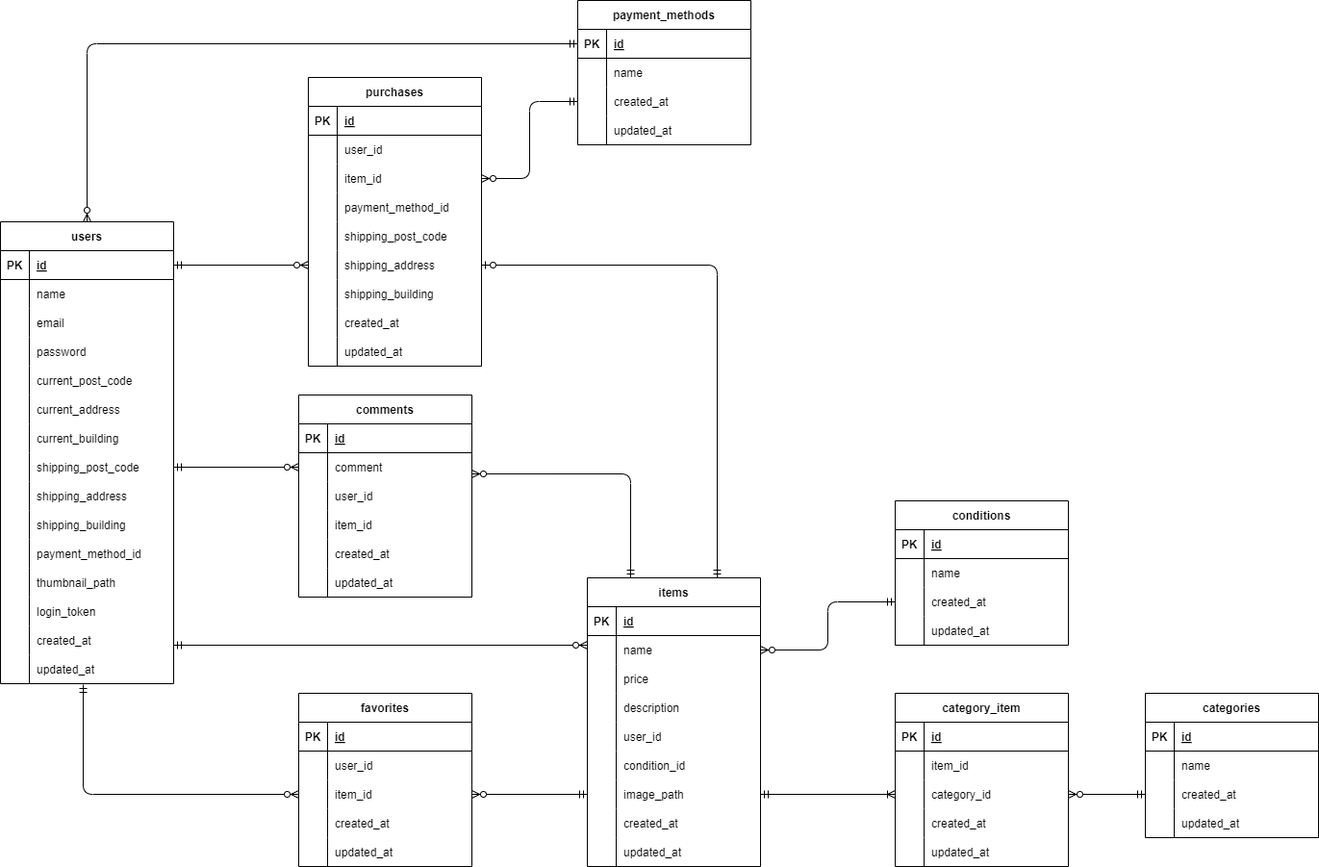
Earlier version of the draw.io export diagram/ER/.drawio.png (Shun-Adachi/coachtech-freemarket). Source tidied: cells renumbered, new cells last; positions are measured from the earlier drawing's top-left corner, leaving out a move shared by most shapes.
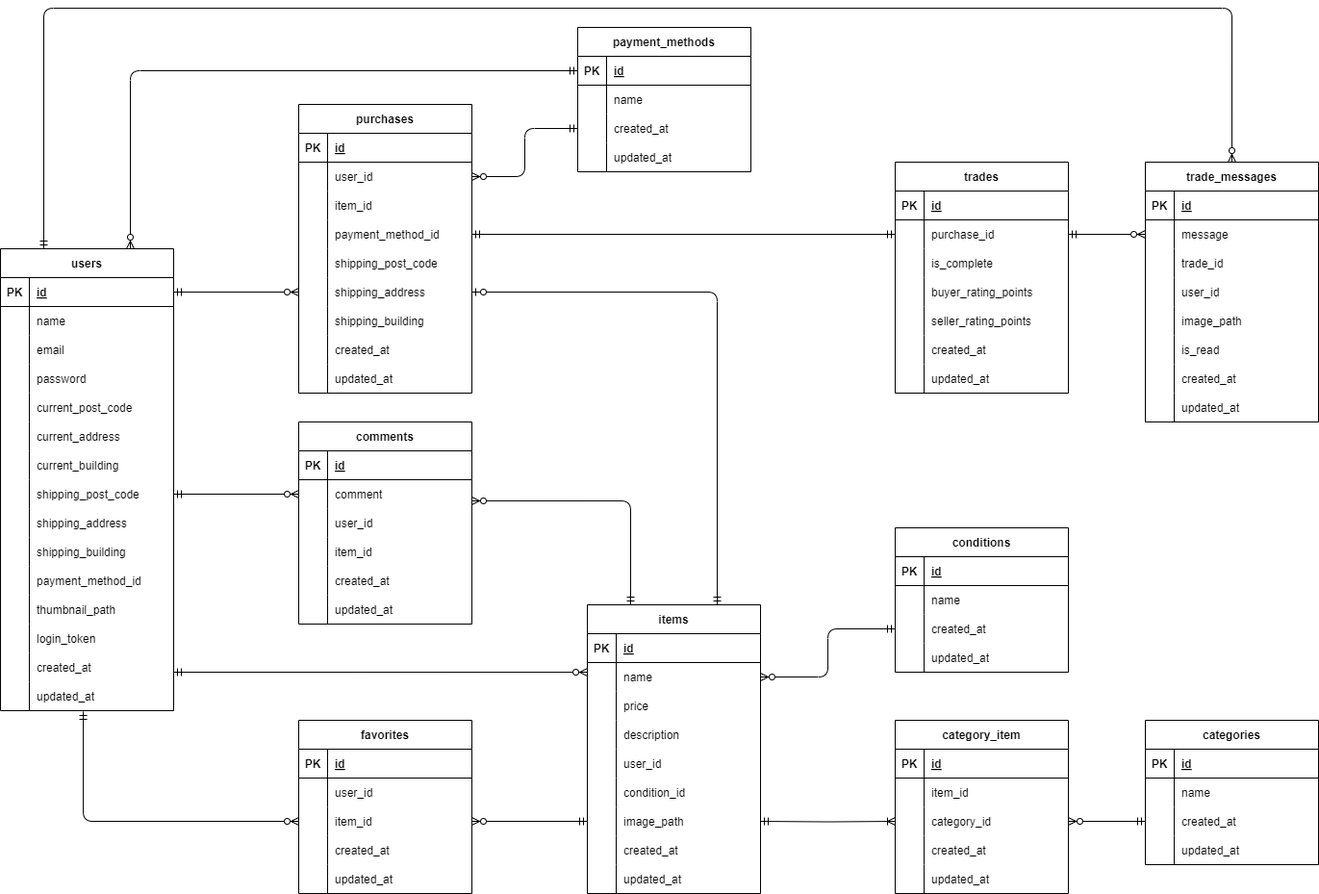
Above is the later version.

Change to the diagram source:
```diff
@@ -351,7 +351,7 @@
       <mxGeometry x="30" width="150" height="30" as="geometry" />
     </mxCell>
     <mxCell id="118" value="purchases" style="shape=table;startSize=30;rowLines=0;fontStyle=1;align=center;" parent="1" vertex="1">
-      <mxGeometry x="320" y="80" width="180" height="300" as="geometry" />
+      <mxGeometry x="310" y="80" width="180" height="300" as="geometry" />
     </mxCell>
     <mxCell id="119" style="shape=tableRow;horizontal=0;startSize=0;swimlaneHead=0;swimlaneBody=0;fillColor=none;top=0;left=0;right=0;bottom=1;" parent="118" vertex="1">
       <mxGeometry y="30" width="180" height="30" as="geometry" />
@@ -538,7 +538,7 @@
     <mxCell id="179" style="edgeStyle=orthogonalEdgeStyle;fontSize=12;html=1;endArrow=ERzeroToMany;startArrow=ERmandOne;entryX=1;entryY=0.5;entryDx=0;entryDy=0;exitX=0;exitY=0.5;exitDx=0;exitDy=0;" parent="1" edge="1" source="37" target="166">
       <mxGeometry relative="1" as="geometry" />
     </mxCell>
-    <mxCell id="180" style="edgeStyle=orthogonalEdgeStyle;fontSize=12;html=1;endArrow=ERzeroToMany;startArrow=ERmandOne;entryX=0.5;entryY=0;entryDx=0;entryDy=0;exitX=0;exitY=0.5;exitDx=0;exitDy=0;" parent="1" edge="1" source="147" target="43">
+    <mxCell id="180" style="edgeStyle=orthogonalEdgeStyle;fontSize=12;html=1;endArrow=ERzeroToMany;startArrow=ERmandOne;entryX=0.75;entryY=0;entryDx=0;entryDy=0;exitX=0;exitY=0.5;exitDx=0;exitDy=0;" parent="1" edge="1" source="147" target="43">
       <mxGeometry relative="1" as="geometry" />
     </mxCell>
     <mxCell id="181" style="edgeStyle=orthogonalEdgeStyle;fontSize=12;html=1;endArrow=ERzeroToMany;startArrow=ERmandOne;" parent="1" edge="1">
@@ -617,11 +617,166 @@
     <mxCell id="203" style="edgeStyle=orthogonalEdgeStyle;fontSize=12;html=1;endArrow=ERzeroToMany;startArrow=ERmandOne;entryX=1;entryY=0.5;entryDx=0;entryDy=0;exitX=0;exitY=0.5;exitDx=0;exitDy=0;" parent="1" edge="1" source="96" target="6">
       <mxGeometry relative="1" as="geometry" />
     </mxCell>
-    <mxCell id="204" style="edgeStyle=orthogonalEdgeStyle;fontSize=12;html=1;endArrow=ERzeroToMany;startArrow=ERmandOne;exitX=0;exitY=0.5;exitDx=0;exitDy=0;entryX=1;entryY=0.5;entryDx=0;entryDy=0;" parent="1" edge="1" source="153" target="125">
+    <mxCell id="204" style="edgeStyle=orthogonalEdgeStyle;fontSize=12;html=1;endArrow=ERzeroToMany;startArrow=ERmandOne;exitX=0;exitY=0.5;exitDx=0;exitDy=0;entryX=1;entryY=0.5;entryDx=0;entryDy=0;" parent="1" edge="1" source="153" target="122">
       <mxGeometry relative="1" as="geometry" />
     </mxCell>
     <mxCell id="205" style="edgeStyle=orthogonalEdgeStyle;fontSize=12;html=1;endArrow=ERzeroToOne;startArrow=ERmandOne;exitX=0.75;exitY=0;exitDx=0;exitDy=0;entryX=1;entryY=0.5;entryDx=0;entryDy=0;" parent="1" edge="1" source="2" target="134">
       <mxGeometry relative="1" as="geometry" />
     </mxCell>
+    <mxCell id="206" value="trades" style="shape=table;startSize=30;rowLines=0;fontStyle=1;align=center;" parent="1" vertex="1">
+      <mxGeometry x="930" y="140" width="180" height="240" as="geometry" />
+    </mxCell>
+    <mxCell id="207" style="shape=tableRow;horizontal=0;startSize=0;swimlaneHead=0;swimlaneBody=0;fillColor=none;top=0;left=0;right=0;bottom=1;" parent="206" vertex="1">
+      <mxGeometry y="30" width="180" height="30" as="geometry" />
+    </mxCell>
+    <mxCell id="208" value="PK" style="shape=partialRectangle;fillColor=none;top=0;left=0;bottom=0;right=0;fontStyle=1;overflow=hidden;" parent="207" vertex="1">
+      <mxGeometry width="30" height="30" as="geometry" />
+    </mxCell>
+    <mxCell id="209" value="id" style="shape=partialRectangle;fillColor=none;top=0;left=0;bottom=0;right=0;align=left;spacingLeft=6;fontStyle=5;overflow=hidden;" parent="207" vertex="1">
+      <mxGeometry x="30" width="150" height="30" as="geometry" />
+    </mxCell>
+    <mxCell id="210" style="shape=tableRow;horizontal=0;startSize=0;swimlaneHead=0;swimlaneBody=0;fillColor=none;points=[[0,0.5],[1,0.5]];portConstraint=eastwest;top=0;left=0;right=0;bottom=0;" parent="206" vertex="1">
+      <mxGeometry y="60" width="180" height="30" as="geometry" />
+    </mxCell>
+    <mxCell id="211" style="shape=partialRectangle;fillColor=none;top=0;left=0;bottom=0;right=0;overflow=hidden;" parent="210" vertex="1">
+      <mxGeometry width="30" height="30" as="geometry" />
+    </mxCell>
+    <mxCell id="212" value="purchase_id" style="shape=partialRectangle;fillColor=none;top=0;left=0;bottom=0;right=0;align=left;spacingLeft=6;overflow=hidden;" parent="210" vertex="1">
+      <mxGeometry x="30" width="150" height="30" as="geometry" />
+    </mxCell>
+    <mxCell id="213" style="shape=tableRow;horizontal=0;startSize=0;swimlaneHead=0;swimlaneBody=0;fillColor=none;top=0;left=0;right=0;bottom=0;" parent="206" vertex="1">
+      <mxGeometry y="90" width="180" height="30" as="geometry" />
+    </mxCell>
+    <mxCell id="214" style="shape=partialRectangle;fillColor=none;top=0;left=0;bottom=0;right=0;overflow=hidden;" parent="213" vertex="1">
+      <mxGeometry width="30" height="30" as="geometry" />
+    </mxCell>
+    <mxCell id="215" value="is_complete" style="shape=partialRectangle;fillColor=none;top=0;left=0;bottom=0;right=0;align=left;spacingLeft=6;overflow=hidden;" parent="213" vertex="1">
+      <mxGeometry x="30" width="150" height="30" as="geometry" />
+    </mxCell>
+    <mxCell id="216" style="shape=tableRow;horizontal=0;startSize=0;swimlaneHead=0;swimlaneBody=0;fillColor=none;top=0;left=0;right=0;bottom=0;" parent="206" vertex="1">
+      <mxGeometry y="120" width="180" height="30" as="geometry" />
+    </mxCell>
+    <mxCell id="217" style="shape=partialRectangle;fillColor=none;top=0;left=0;bottom=0;right=0;overflow=hidden;" parent="216" vertex="1">
+      <mxGeometry width="30" height="30" as="geometry" />
+    </mxCell>
+    <mxCell id="218" value="buyer_rating_points" style="shape=partialRectangle;fillColor=none;top=0;left=0;bottom=0;right=0;align=left;spacingLeft=6;overflow=hidden;" parent="216" vertex="1">
+      <mxGeometry x="30" width="150" height="30" as="geometry" />
+    </mxCell>
+    <mxCell id="219" style="shape=tableRow;horizontal=0;startSize=0;swimlaneHead=0;swimlaneBody=0;fillColor=none;top=0;left=0;right=0;bottom=0;" parent="206" vertex="1">
+      <mxGeometry y="150" width="180" height="30" as="geometry" />
+    </mxCell>
+    <mxCell id="220" style="shape=partialRectangle;fillColor=none;top=0;left=0;bottom=0;right=0;overflow=hidden;" parent="219" vertex="1">
+      <mxGeometry width="30" height="30" as="geometry" />
+    </mxCell>
+    <mxCell id="221" value="seller_rating_points" style="shape=partialRectangle;fillColor=none;top=0;left=0;bottom=0;right=0;align=left;spacingLeft=6;overflow=hidden;" parent="219" vertex="1">
+      <mxGeometry x="30" width="150" height="30" as="geometry" />
+    </mxCell>
+    <mxCell id="222" style="shape=tableRow;horizontal=0;startSize=0;swimlaneHead=0;swimlaneBody=0;fillColor=none;top=0;left=0;right=0;bottom=0;" parent="206" vertex="1">
+      <mxGeometry y="180" width="180" height="30" as="geometry" />
+    </mxCell>
+    <mxCell id="223" style="shape=partialRectangle;fillColor=none;top=0;left=0;bottom=0;right=0;overflow=hidden;" parent="222" vertex="1">
+      <mxGeometry width="30" height="30" as="geometry" />
+    </mxCell>
+    <mxCell id="224" value="created_at" style="shape=partialRectangle;fillColor=none;top=0;left=0;bottom=0;right=0;align=left;spacingLeft=6;overflow=hidden;" parent="222" vertex="1">
+      <mxGeometry x="30" width="150" height="30" as="geometry" />
+    </mxCell>
+    <mxCell id="225" style="shape=tableRow;horizontal=0;startSize=0;swimlaneHead=0;swimlaneBody=0;fillColor=none;top=0;left=0;right=0;bottom=0;" parent="206" vertex="1">
+      <mxGeometry y="210" width="180" height="30" as="geometry" />
+    </mxCell>
+    <mxCell id="226" style="shape=partialRectangle;fillColor=none;top=0;left=0;bottom=0;right=0;overflow=hidden;" parent="225" vertex="1">
+      <mxGeometry width="30" height="30" as="geometry" />
+    </mxCell>
+    <mxCell id="227" value="updated_at" style="shape=partialRectangle;fillColor=none;top=0;left=0;bottom=0;right=0;align=left;spacingLeft=6;overflow=hidden;" parent="225" vertex="1">
+      <mxGeometry x="30" width="150" height="30" as="geometry" />
+    </mxCell>
+    <mxCell id="228" style="edgeStyle=orthogonalEdgeStyle;fontSize=12;html=1;endArrow=ERmandOne;startArrow=ERmandOne;entryX=1;entryY=0.5;entryDx=0;entryDy=0;exitX=0;exitY=0.5;exitDx=0;exitDy=0;endFill=0;" parent="1" edge="1" source="210" target="128">
+      <mxGeometry relative="1" as="geometry" />
+    </mxCell>
+    <mxCell id="229" value="trade_messages" style="shape=table;startSize=30;rowLines=0;fontStyle=1;align=center;" parent="1" vertex="1">
+      <mxGeometry x="1190" y="140" width="180" height="270" as="geometry" />
+    </mxCell>
+    <mxCell id="230" style="shape=tableRow;horizontal=0;startSize=0;swimlaneHead=0;swimlaneBody=0;fillColor=none;top=0;left=0;right=0;bottom=1;" parent="229" vertex="1">
+      <mxGeometry y="30" width="180" height="30" as="geometry" />
+    </mxCell>
+    <mxCell id="231" value="PK" style="shape=partialRectangle;fillColor=none;top=0;left=0;bottom=0;right=0;fontStyle=1;overflow=hidden;" parent="230" vertex="1">
+      <mxGeometry width="30" height="30" as="geometry" />
+    </mxCell>
+    <mxCell id="232" value="id" style="shape=partialRectangle;fillColor=none;top=0;left=0;bottom=0;right=0;align=left;spacingLeft=6;fontStyle=5;overflow=hidden;" parent="230" vertex="1">
+      <mxGeometry x="30" width="150" height="30" as="geometry" />
+    </mxCell>
+    <mxCell id="233" style="shape=tableRow;horizontal=0;startSize=0;swimlaneHead=0;swimlaneBody=0;fillColor=none;points=[[0,0.5],[1,0.5]];portConstraint=eastwest;top=0;left=0;right=0;bottom=0;" parent="229" vertex="1">
+      <mxGeometry y="60" width="180" height="30" as="geometry" />
+    </mxCell>
+    <mxCell id="234" style="shape=partialRectangle;fillColor=none;top=0;left=0;bottom=0;right=0;overflow=hidden;" parent="233" vertex="1">
+      <mxGeometry width="30" height="30" as="geometry" />
+    </mxCell>
+    <mxCell id="235" value="message" style="shape=partialRectangle;fillColor=none;top=0;left=0;bottom=0;right=0;align=left;spacingLeft=6;overflow=hidden;" parent="233" vertex="1">
+      <mxGeometry x="30" width="150" height="30" as="geometry" />
+    </mxCell>
+    <mxCell id="236" style="shape=tableRow;horizontal=0;startSize=0;swimlaneHead=0;swimlaneBody=0;fillColor=none;top=0;left=0;right=0;bottom=0;" parent="229" vertex="1">
+      <mxGeometry y="90" width="180" height="30" as="geometry" />
+    </mxCell>
+    <mxCell id="237" style="shape=partialRectangle;fillColor=none;top=0;left=0;bottom=0;right=0;overflow=hidden;" parent="236" vertex="1">
+      <mxGeometry width="30" height="30" as="geometry" />
+    </mxCell>
+    <mxCell id="238" value="trade_id" style="shape=partialRectangle;fillColor=none;top=0;left=0;bottom=0;right=0;align=left;spacingLeft=6;overflow=hidden;" parent="236" vertex="1">
+      <mxGeometry x="30" width="150" height="30" as="geometry" />
+    </mxCell>
+    <mxCell id="239" style="shape=tableRow;horizontal=0;startSize=0;swimlaneHead=0;swimlaneBody=0;fillColor=none;top=0;left=0;right=0;bottom=0;" parent="229" vertex="1">
+      <mxGeometry y="120" width="180" height="30" as="geometry" />
+    </mxCell>
+    <mxCell id="240" style="shape=partialRectangle;fillColor=none;top=0;left=0;bottom=0;right=0;overflow=hidden;" parent="239" vertex="1">
+      <mxGeometry width="30" height="30" as="geometry" />
+    </mxCell>
+    <mxCell id="241" value="user_id" style="shape=partialRectangle;fillColor=none;top=0;left=0;bottom=0;right=0;align=left;spacingLeft=6;overflow=hidden;" parent="239" vertex="1">
+      <mxGeometry x="30" width="150" height="30" as="geometry" />
+    </mxCell>
+    <mxCell id="242" style="shape=tableRow;horizontal=0;startSize=0;swimlaneHead=0;swimlaneBody=0;fillColor=none;top=0;left=0;right=0;bottom=0;" parent="229" vertex="1">
+      <mxGeometry y="150" width="180" height="30" as="geometry" />
+    </mxCell>
+    <mxCell id="243" style="shape=partialRectangle;fillColor=none;top=0;left=0;bottom=0;right=0;overflow=hidden;" parent="242" vertex="1">
+      <mxGeometry width="30" height="30" as="geometry" />
+    </mxCell>
+    <mxCell id="244" value="image_path" style="shape=partialRectangle;fillColor=none;top=0;left=0;bottom=0;right=0;align=left;spacingLeft=6;overflow=hidden;" parent="242" vertex="1">
+      <mxGeometry x="30" width="150" height="30" as="geometry" />
+    </mxCell>
+    <mxCell id="245" style="shape=tableRow;horizontal=0;startSize=0;swimlaneHead=0;swimlaneBody=0;fillColor=none;top=0;left=0;right=0;bottom=0;" parent="229" vertex="1">
+      <mxGeometry y="180" width="180" height="30" as="geometry" />
+    </mxCell>
+    <mxCell id="246" style="shape=partialRectangle;fillColor=none;top=0;left=0;bottom=0;right=0;overflow=hidden;" parent="245" vertex="1">
+      <mxGeometry width="30" height="30" as="geometry" />
+    </mxCell>
+    <mxCell id="247" value="is_read" style="shape=partialRectangle;fillColor=none;top=0;left=0;bottom=0;right=0;align=left;spacingLeft=6;overflow=hidden;" parent="245" vertex="1">
+      <mxGeometry x="30" width="150" height="30" as="geometry" />
+    </mxCell>
+    <mxCell id="248" style="shape=tableRow;horizontal=0;startSize=0;swimlaneHead=0;swimlaneBody=0;fillColor=none;top=0;left=0;right=0;bottom=0;" parent="229" vertex="1">
+      <mxGeometry y="210" width="180" height="30" as="geometry" />
+    </mxCell>
+    <mxCell id="249" style="shape=partialRectangle;fillColor=none;top=0;left=0;bottom=0;right=0;overflow=hidden;" parent="248" vertex="1">
+      <mxGeometry width="30" height="30" as="geometry" />
+    </mxCell>
+    <mxCell id="250" value="created_at" style="shape=partialRectangle;fillColor=none;top=0;left=0;bottom=0;right=0;align=left;spacingLeft=6;overflow=hidden;" parent="248" vertex="1">
+      <mxGeometry x="30" width="150" height="30" as="geometry" />
+    </mxCell>
+    <mxCell id="251" style="shape=tableRow;horizontal=0;startSize=0;swimlaneHead=0;swimlaneBody=0;fillColor=none;top=0;left=0;right=0;bottom=0;" parent="229" vertex="1">
+      <mxGeometry y="240" width="180" height="30" as="geometry" />
+    </mxCell>
+    <mxCell id="252" style="shape=partialRectangle;fillColor=none;top=0;left=0;bottom=0;right=0;overflow=hidden;" parent="251" vertex="1">
+      <mxGeometry width="30" height="30" as="geometry" />
+    </mxCell>
+    <mxCell id="253" value="updated_at" style="shape=partialRectangle;fillColor=none;top=0;left=0;bottom=0;right=0;align=left;spacingLeft=6;overflow=hidden;" parent="251" vertex="1">
+      <mxGeometry x="30" width="150" height="30" as="geometry" />
+    </mxCell>
+    <mxCell id="254" style="edgeStyle=orthogonalEdgeStyle;fontSize=12;html=1;endArrow=ERzeroToMany;startArrow=ERmandOne;exitX=1;exitY=0.5;exitDx=0;exitDy=0;entryX=0;entryY=0.5;entryDx=0;entryDy=0;" parent="1" edge="1" source="210" target="233">
+      <mxGeometry relative="1" as="geometry" />
+    </mxCell>
+    <mxCell id="255" style="edgeStyle=orthogonalEdgeStyle;fontSize=12;html=1;endArrow=ERzeroToMany;startArrow=ERmandOne;exitX=0.25;exitY=0;exitDx=0;exitDy=0;entryX=0.5;entryY=0;entryDx=0;entryDy=0;" parent="1" edge="1" source="43" target="229">
+      <mxGeometry relative="1" as="geometry">
+        <Array as="points">
+          <mxPoint x="45" y="-20" />
+          <mxPoint x="1280" y="-20" />
+        </Array>
+      </mxGeometry>
+    </mxCell>
   </root>
 </mxGraphModel>
```
